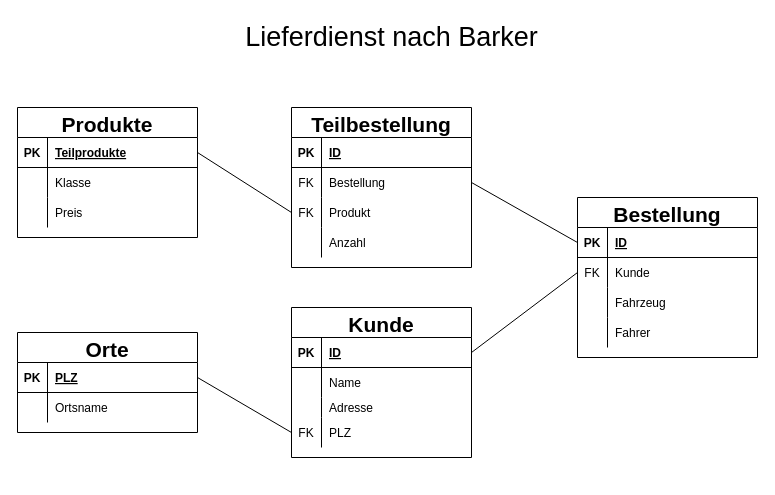
This is page "Page-2" (2 of 2) of Lieferdienst.drawio from Moerle67/Datenbanken, a draw.io file, before an edit. Source tidied: cells renumbered, new cells numbered last; positions are measured from the earlier drawing's top-left corner, leaving out a move shared by most shapes. Both pictures are drawn from the tidied source at 100%, with x=0, y=0 at pixel (17, 17).
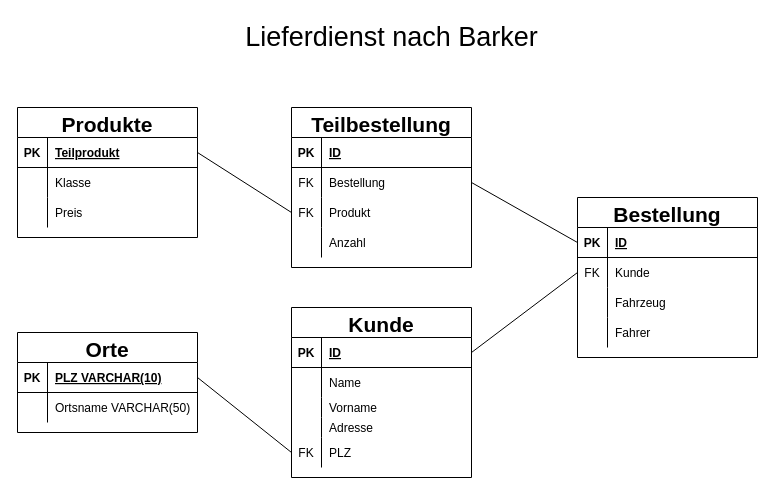
After the change.

The change refers to these unchanged cells:
```xml
<mxCell id="17" style="shape=partialRectangle;fillColor=none;top=0;left=0;bottom=1;right=0;points=[[0,0.5],[1,0.5]];portConstraint=eastwest;" parent="16" vertex="1">
  <mxGeometry y="30" width="180" height="30" as="geometry" />
</mxCell>
<mxCell id="20" style="shape=partialRectangle;fillColor=none;top=0;left=0;bottom=0;right=0;" parent="16" vertex="1">
  <mxGeometry y="60" width="180" height="30" as="geometry" />
</mxCell>
<mxCell id="26" style="shape=partialRectangle;fillColor=none;top=0;left=0;bottom=1;right=0;points=[[0,0.5],[1,0.5]];portConstraint=eastwest;" parent="25" vertex="1">
  <mxGeometry y="30" width="180" height="30" as="geometry" />
</mxCell>
```

Change to the diagram source:
```diff
@@
     <mxCell id="3" value="Kunde" style="shape=table;startSize=30;childLayout=tableLayout;rowLines=0;fontStyle=1;align=center;fontSize=21;" parent="1" vertex="1">
-      <mxGeometry x="274" y="290" width="180" height="150" as="geometry" />
+      <mxGeometry x="274" y="290" width="180" height="170" as="geometry" />
     </mxCell>
@@
+    <mxCell id="64" style="shape=partialRectangle;fillColor=none;top=0;left=0;bottom=0;right=0;" parent="3" vertex="1">
+      <mxGeometry y="90" width="180" height="20" as="geometry" />
+    </mxCell>
+    <mxCell id="65" style="shape=partialRectangle;fillColor=none;top=0;left=0;bottom=0;right=0;overflow=hidden;" parent="64" vertex="1">
+      <mxGeometry width="30" height="20" as="geometry" />
+    </mxCell>
+    <mxCell id="66" value="Vorname" style="shape=partialRectangle;fillColor=none;top=0;left=0;bottom=0;right=0;align=left;spacingLeft=6;overflow=hidden;" parent="64" vertex="1">
+      <mxGeometry x="30" width="150" height="20" as="geometry" />
+    </mxCell>
     <mxCell id="10" style="shape=partialRectangle;fillColor=none;top=0;left=0;bottom=0;right=0;" parent="3" vertex="1">
-      <mxGeometry y="90" width="180" height="20" as="geometry" />
+      <mxGeometry y="110" width="180" height="20" as="geometry" />
     </mxCell>
@@
     <mxCell id="13" style="shape=partialRectangle;fillColor=none;top=0;left=0;bottom=0;right=0;points=[[0,0.5],[1,0.5]];portConstraint=eastwest;" parent="3" vertex="1">
-      <mxGeometry y="110" width="180" height="30" as="geometry" />
+      <mxGeometry y="130" width="180" height="30" as="geometry" />
     </mxCell>
@@
-    <mxCell id="19" value="PLZ" style="shape=partialRectangle;fillColor=none;top=0;left=0;bottom=0;right=0;align=left;spacingLeft=6;fontStyle=5;overflow=hidden;" parent="17" vertex="1">
+    <mxCell id="19" value="PLZ VARCHAR(10)" style="shape=partialRectangle;fillColor=none;top=0;left=0;bottom=0;right=0;align=left;spacingLeft=6;fontStyle=5;overflow=hidden;" parent="17" vertex="1">
       <mxGeometry x="30" width="150" height="30" as="geometry" />
     </mxCell>
@@
-    <mxCell id="22" value="Ortsname" style="shape=partialRectangle;fillColor=none;top=0;left=0;bottom=0;right=0;align=left;spacingLeft=6;overflow=hidden;" parent="20" vertex="1">
+    <mxCell id="22" value="Ortsname VARCHAR(50)" style="shape=partialRectangle;fillColor=none;top=0;left=0;bottom=0;right=0;align=left;spacingLeft=6;overflow=hidden;" parent="20" vertex="1">
       <mxGeometry x="30" width="150" height="30" as="geometry" />
     </mxCell>
@@
-    <mxCell id="28" value="Teilprodukte" style="shape=partialRectangle;fillColor=none;top=0;left=0;bottom=0;right=0;align=left;spacingLeft=6;fontStyle=5;overflow=hidden;" parent="26" vertex="1">
+    <mxCell id="28" value="Teilprodukt" style="shape=partialRectangle;fillColor=none;top=0;left=0;bottom=0;right=0;align=left;spacingLeft=6;fontStyle=5;overflow=hidden;" parent="26" vertex="1">
       <mxGeometry x="30" width="150" height="30" as="geometry" />
     </mxCell>
```
